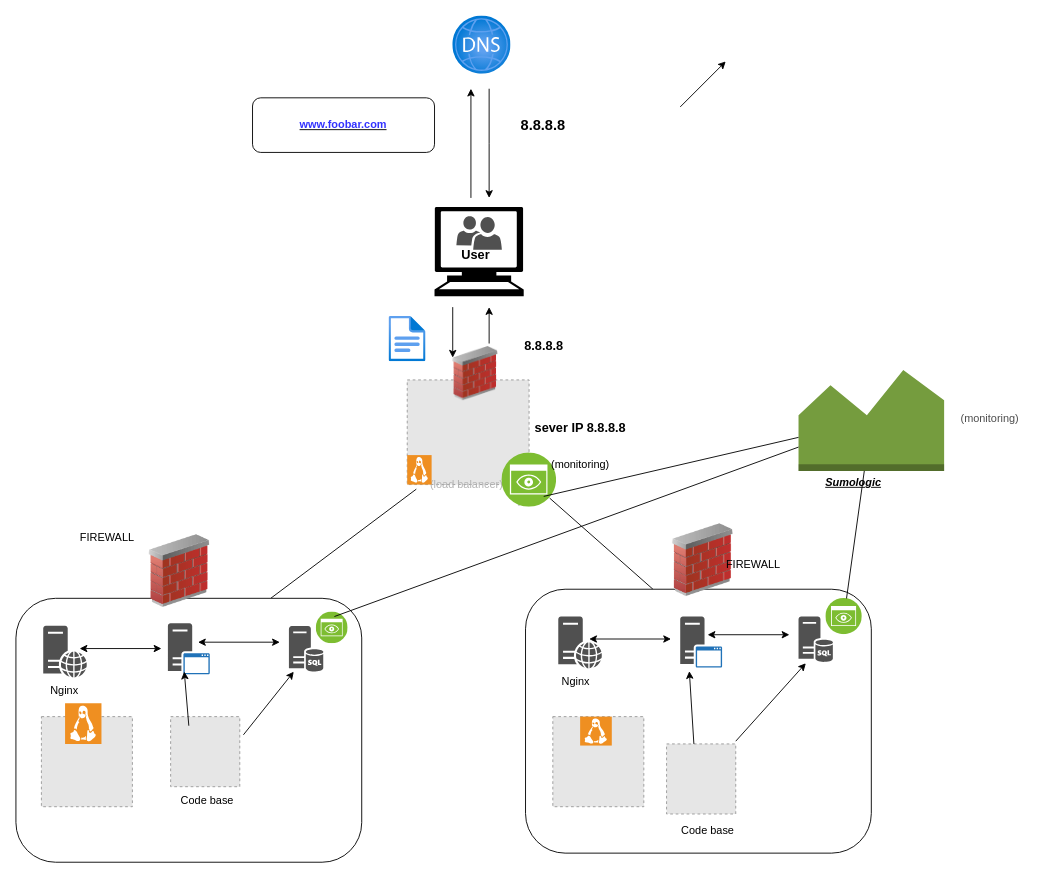
Above: 0x09-web_infrastructure_design/Untitled Diagram.drawio in Cha1mae/alx-system_engineering-devops (draw.io), before the change. Source tidied: cells renumbered, new cells numbered last; positions are measured from the earlier drawing's top-left corner, leaving out a move shared by most shapes. Both pictures are drawn from the tidied source at 91%, with x=0, y=0 at pixel (15, 15). Pictures stored in the file or linked from it are replaced by grey dashed boxes.
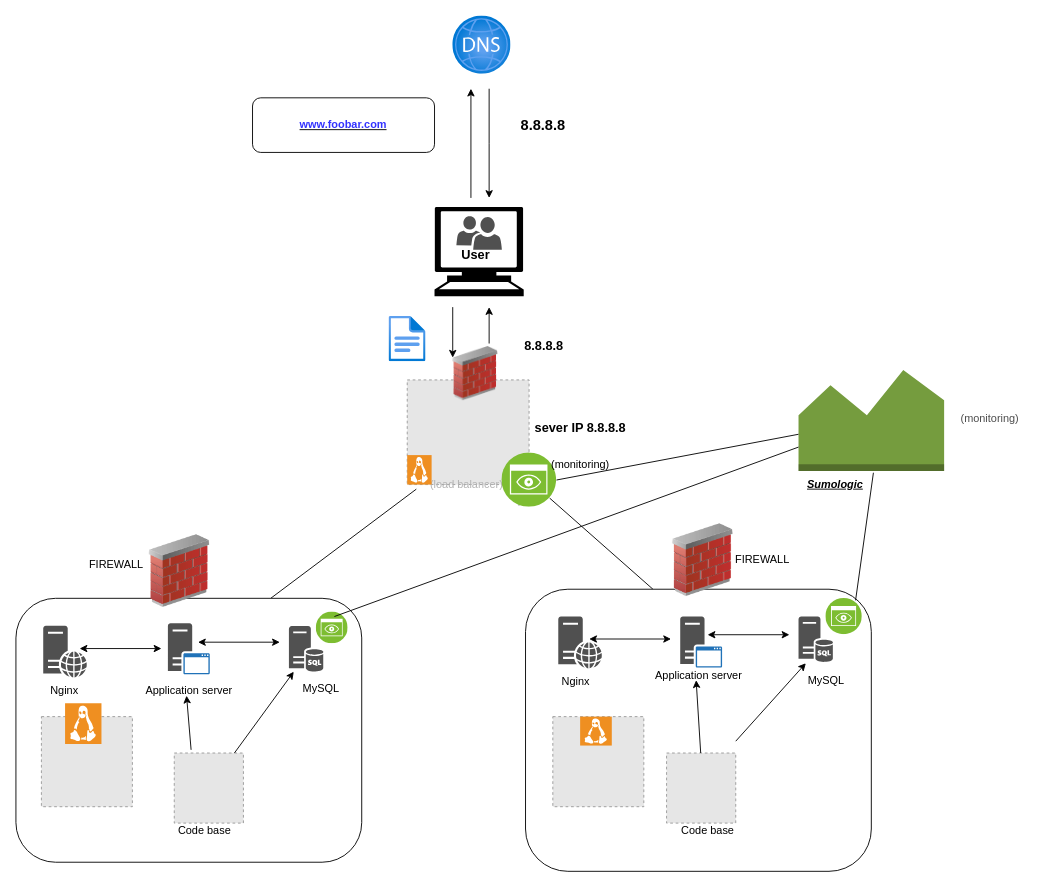
After the change.

Unchanged cells that the change refers to:
```xml
<mxCell id="28" style="sketch=0;shadow=0;dashed=0;html=1;strokeColor=none;labelPosition=center;verticalLabelPosition=bottom;verticalAlign=top;align=center;fillColor=#515151;shape=mxgraph.mscae.system_center.central_administration_site_sql;" parent="1" vertex="1">
  <mxGeometry x="300" y="670.5" width="38" height="50" as="geometry" />
</mxCell>
<mxCell id="47" style="outlineConnect=0;dashed=0;verticalLabelPosition=bottom;verticalAlign=top;align=center;html=1;shape=mxgraph.aws3.monitoring;fillColor=#759C3E;gradientColor=none;" parent="1" vertex="1">
  <mxGeometry x="860" y="389.2" width="160" height="110.8" as="geometry" />
</mxCell>
<mxCell id="50" style="image;perimeter=ellipsePerimeter;html=1;align=center;shadow=0;dashed=0;fontColor=#4277BB;labelBackgroundColor=default;fontSize=12;spacingTop=3;image=img/lib/ibm/infrastructure/monitoring.svg;" parent="1" vertex="1">
  <mxGeometry x="534" y="480" width="60" height="60" as="geometry" />
</mxCell>
<mxCell id="51" style="image;perimeter=ellipsePerimeter;html=1;align=center;shadow=0;dashed=0;fontColor=#4277BB;labelBackgroundColor=default;fontSize=12;spacingTop=3;image=img/lib/ibm/infrastructure/monitoring.svg;" parent="1" vertex="1">
  <mxGeometry x="890" y="640" width="40" height="40" as="geometry" />
</mxCell>
```

Diff of the diagram source:
```diff
@@
     <mxCell id="20" style="rounded=1;whiteSpace=wrap;html=1;" parent="1" vertex="1">
-      <mxGeometry x="560" y="630" width="380" height="290" as="geometry" />
+      <mxGeometry x="560" y="630" width="380" height="310" as="geometry" />
     </mxCell>
@@
     <mxCell id="33" style="fillColor=#E6E6E6;strokeColor=#999999;dashed=1;verticalLabelPosition=bottom;labelBackgroundColor=default;verticalAlign=top;" parent="1" vertex="1">
-      <mxGeometry x="170" y="770" width="76" height="77" as="geometry" />
+      <mxGeometry x="174" y="810" width="76" height="77" as="geometry" />
     </mxCell>
     <mxCell id="34" style="fillColor=#E6E6E6;strokeColor=#999999;dashed=1;verticalLabelPosition=bottom;labelBackgroundColor=default;verticalAlign=top;" parent="1" vertex="1">
-      <mxGeometry x="715" y="800" width="76" height="77" as="geometry" />
+      <mxGeometry x="715" y="810" width="76" height="77" as="geometry" />
     </mxCell>
     <mxCell id="35" value="Code base&lt;br&gt;" style="text;html=1;align=center;verticalAlign=middle;strokeColor=none;fillColor=none;" parent="1" vertex="1">
-      <mxGeometry x="170" y="847" width="80" height="30" as="geometry" />
+      <mxGeometry x="167" y="880" width="80" height="30" as="geometry" />
     </mxCell>
@@
-    <mxCell id="37" style="endArrow=classic;html=1;rounded=0;entryX=0.14;entryY=1.003;entryDx=0;entryDy=0;entryPerimeter=0;" parent="1" edge="1" target="28">
-      <mxGeometry relative="1" as="geometry">
-        <mxPoint x="250" y="790" as="sourcePoint" />
-      </mxGeometry>
+    <mxCell id="37" style="endArrow=classic;html=1;rounded=0;entryX=0.14;entryY=1.003;entryDx=0;entryDy=0;entryPerimeter=0;" parent="1" edge="1" source="33" target="28">
+      <mxGeometry relative="1" as="geometry" />
     </mxCell>
@@
     <mxCell id="39" style="endArrow=classic;html=1;rounded=0;" parent="1" edge="1">
       <mxGeometry relative="1" as="geometry">
-        <mxPoint x="190" y="780" as="sourcePoint" />
-        <mxPoint x="185" y="720.5" as="targetPoint" />
+        <mxPoint x="192.5" y="806.5" as="sourcePoint" />
+        <mxPoint x="187.5" y="747" as="targetPoint" />
       </mxGeometry>
     </mxCell>
     <mxCell id="40" style="endArrow=classic;html=1;rounded=0;" parent="1" edge="1">
       <mxGeometry relative="1" as="geometry">
-        <mxPoint x="745" y="800" as="sourcePoint" />
-        <mxPoint x="740" y="720" as="targetPoint" />
+        <mxPoint x="752.5" y="810" as="sourcePoint" />
+        <mxPoint x="747.5" y="730" as="targetPoint" />
       </mxGeometry>
     </mxCell>
@@
     <mxCell id="45" value="FIREWALL" style="text;html=1;align=center;verticalAlign=middle;strokeColor=none;fillColor=none;" parent="1" vertex="1">
-      <mxGeometry x="60" y="558" width="80" height="30" as="geometry" />
+      <mxGeometry x="70" y="588" width="80" height="30" as="geometry" />
     </mxCell>
     <mxCell id="46" value="FIREWALL" style="text;html=1;align=center;verticalAlign=middle;strokeColor=none;fillColor=none;" parent="1" vertex="1">
-      <mxGeometry x="770" y="588" width="80" height="30" as="geometry" />
+      <mxGeometry x="780" y="583" width="80" height="30" as="geometry" />
     </mxCell>
@@
     <mxCell id="54" value="&lt;i&gt;&lt;u&gt;&lt;b&gt;Sumologic&lt;/b&gt;&lt;/u&gt;&lt;/i&gt;" style="text;html=1;align=center;verticalAlign=middle;strokeColor=none;fillColor=none;" parent="1" vertex="1">
-      <mxGeometry x="880" y="498" width="80" height="30" as="geometry" />
+      <mxGeometry x="860" y="500" width="80" height="30" as="geometry" />
     </mxCell>
-    <mxCell id="55" style="endArrow=classic;html=1;rounded=0;" parent="1" edge="1">
-      <mxGeometry relative="1" as="geometry">
-        <mxPoint x="730" y="100" as="sourcePoint" />
-        <mxPoint x="780" y="50" as="targetPoint" />
-      </mxGeometry>
-    </mxCell>
-    <mxCell id="56" style="endArrow=none;html=1;rounded=0;" parent="1" edge="1" target="47">
-      <mxGeometry relative="1" as="geometry">
-        <mxPoint x="580" y="528" as="sourcePoint" />
-      </mxGeometry>
+    <mxCell id="56" style="endArrow=none;html=1;rounded=0;exitX=1;exitY=0.5;exitDx=0;exitDy=0;" parent="1" edge="1" source="50" target="47">
+      <mxGeometry relative="1" as="geometry" />
     </mxCell>
@@
-    <mxCell id="58" style="endArrow=none;html=1;rounded=0;" parent="1" edge="1" source="51" target="47">
-      <mxGeometry relative="1" as="geometry" />
+    <mxCell id="58" style="endArrow=none;html=1;rounded=0;" parent="1" edge="1">
+      <mxGeometry relative="1" as="geometry">
+        <mxPoint x="922.7" y="642.2" as="sourcePoint" />
+        <mxPoint x="942.3" y="502" as="targetPoint" />
+      </mxGeometry>
     </mxCell>
@@
+    <mxCell id="63" value="Application server" style="text;html=1;align=center;verticalAlign=middle;strokeColor=none;fillColor=none;" parent="1" vertex="1">
+      <mxGeometry x="130" y="727" width="120" height="30" as="geometry" />
+    </mxCell>
+    <mxCell id="64" value="Application server" style="text;html=1;align=center;verticalAlign=middle;strokeColor=none;fillColor=none;" parent="1" vertex="1">
+      <mxGeometry x="690" y="710" width="120" height="30" as="geometry" />
+    </mxCell>
+    <mxCell id="65" value="MySQL" style="text;html=1;align=center;verticalAlign=middle;strokeColor=none;fillColor=none;" parent="1" vertex="1">
+      <mxGeometry x="860" y="716" width="60" height="30" as="geometry" />
+    </mxCell>
+    <mxCell id="66" value="MySQL" style="text;html=1;align=center;verticalAlign=middle;strokeColor=none;fillColor=none;" parent="1" vertex="1">
+      <mxGeometry x="305" y="723.5" width="60" height="30" as="geometry" />
+    </mxCell>
```
